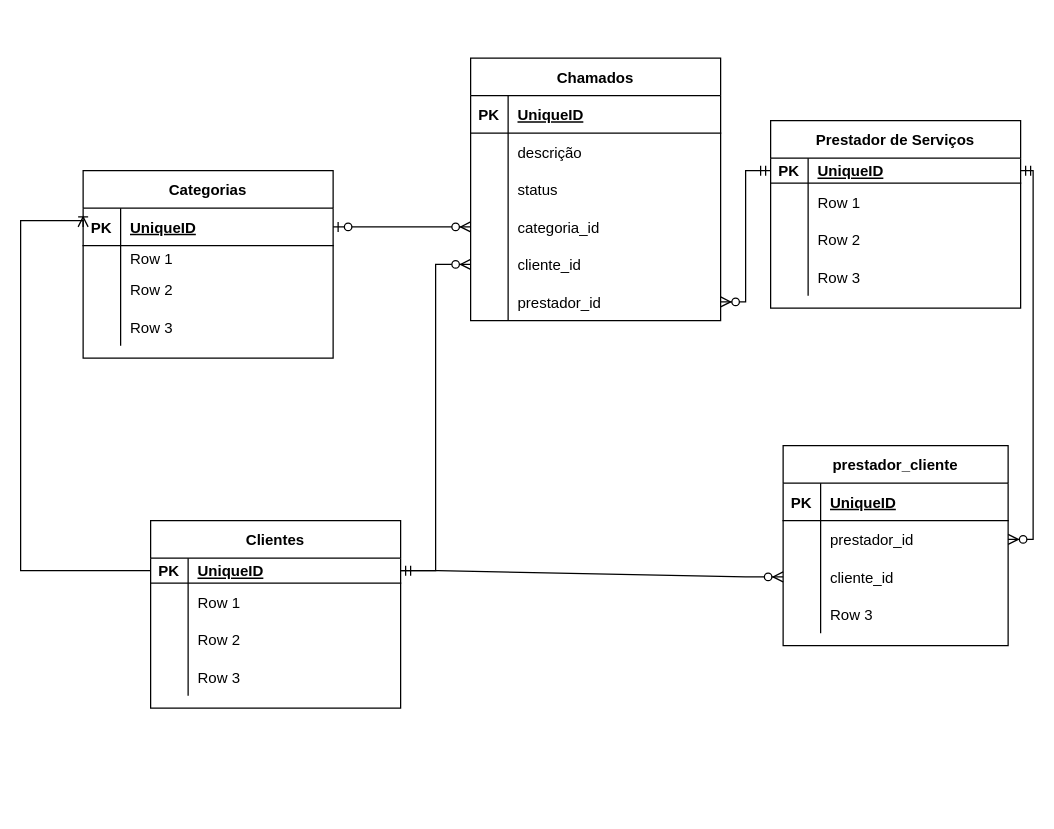
Above: Capstone-Q3.drawio in flaviosantospqri/CallUp_API (draw.io), before the change. Source tidied: cells renumbered, new cells numbered last; positions are measured from the earlier drawing's top-left corner, leaving out a move shared by most shapes. Both pictures are drawn from the tidied source at 125%, with x=0, y=0 at pixel (20, 58).
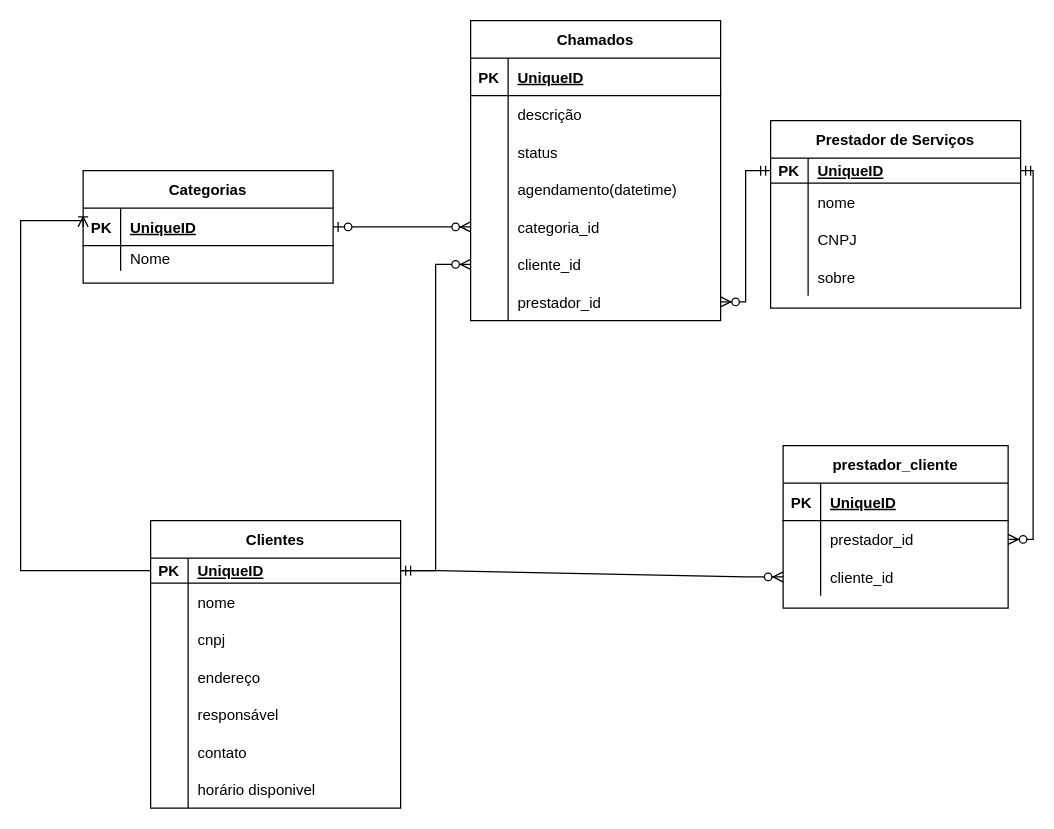
The same diagram, later.

The change refers to these unchanged cells:
```xml
<mxCell id="25" style="shape=tableRow;horizontal=0;startSize=0;swimlaneHead=0;swimlaneBody=0;fillColor=none;top=0;left=0;right=0;bottom=0;" parent="21" vertex="1">
  <mxGeometry y="50" width="200" height="30" as="geometry" />
</mxCell>
<mxCell id="28" style="shape=tableRow;horizontal=0;startSize=0;swimlaneHead=0;swimlaneBody=0;fillColor=none;top=0;left=0;right=0;bottom=0;" parent="21" vertex="1">
  <mxGeometry y="80" width="200" height="30" as="geometry" />
</mxCell>
<mxCell id="31" style="shape=tableRow;horizontal=0;startSize=0;swimlaneHead=0;swimlaneBody=0;fillColor=none;top=0;left=0;right=0;bottom=0;" parent="21" vertex="1">
  <mxGeometry y="110" width="200" height="30" as="geometry" />
</mxCell>
<mxCell id="38" style="shape=tableRow;horizontal=0;startSize=0;swimlaneHead=0;swimlaneBody=0;fillColor=none;top=0;left=0;right=0;bottom=0;" parent="34" vertex="1">
  <mxGeometry y="60" width="200" height="20" as="geometry" />
</mxCell>
<mxCell id="51" style="shape=tableRow;horizontal=0;startSize=0;swimlaneHead=0;swimlaneBody=0;fillColor=none;top=0;left=0;right=0;bottom=0;" parent="47" vertex="1">
  <mxGeometry y="50" width="200" height="30" as="geometry" />
</mxCell>
<mxCell id="54" style="shape=tableRow;horizontal=0;startSize=0;swimlaneHead=0;swimlaneBody=0;fillColor=none;top=0;left=0;right=0;bottom=0;" parent="47" vertex="1">
  <mxGeometry y="80" width="200" height="30" as="geometry" />
</mxCell>
<mxCell id="57" style="shape=tableRow;horizontal=0;startSize=0;swimlaneHead=0;swimlaneBody=0;fillColor=none;top=0;left=0;right=0;bottom=0;" parent="47" vertex="1">
  <mxGeometry y="110" width="200" height="30" as="geometry" />
</mxCell>
```

What changed in the source:
```diff
@@
     <mxCell id="2" value="Chamados" style="shape=table;startSize=30;childLayout=tableLayout;rowLines=0;fontStyle=1;align=center;" parent="1" vertex="1">
-      <mxGeometry x="360" width="200" height="210" as="geometry" />
+      <mxGeometry x="360" y="-30" width="200" height="240" as="geometry" />
     </mxCell>
@@
+    <mxCell id="79" style="shape=tableRow;horizontal=0;startSize=0;swimlaneHead=0;swimlaneBody=0;fillColor=none;top=0;left=0;right=0;bottom=0;" parent="2" vertex="1">
+      <mxGeometry y="120" width="200" height="30" as="geometry" />
+    </mxCell>
+    <mxCell id="80" style="shape=partialRectangle;fillColor=none;top=0;left=0;bottom=0;right=0;overflow=hidden;" parent="79" vertex="1">
+      <mxGeometry width="30" height="30" as="geometry" />
+    </mxCell>
+    <mxCell id="81" value="agendamento(datetime)" style="shape=partialRectangle;fillColor=none;top=0;left=0;bottom=0;right=0;align=left;spacingLeft=6;overflow=hidden;" parent="79" vertex="1">
+      <mxGeometry x="30" width="170" height="30" as="geometry" />
+    </mxCell>
     <mxCell id="12" style="shape=tableRow;horizontal=0;startSize=0;swimlaneHead=0;swimlaneBody=0;fillColor=none;points=[[0,0.5],[1,0.5]];portConstraint=eastwest;top=0;left=0;right=0;bottom=0;" parent="2" vertex="1">
-      <mxGeometry y="120" width="200" height="30" as="geometry" />
+      <mxGeometry y="150" width="200" height="30" as="geometry" />
     </mxCell>
@@
     <mxCell id="15" style="shape=tableRow;horizontal=0;startSize=0;swimlaneHead=0;swimlaneBody=0;fillColor=none;points=[[0,0.5],[1,0.5]];portConstraint=eastwest;top=0;left=0;right=0;bottom=0;" parent="2" vertex="1">
-      <mxGeometry y="150" width="200" height="30" as="geometry" />
+      <mxGeometry y="180" width="200" height="30" as="geometry" />
     </mxCell>
@@
     <mxCell id="18" style="shape=tableRow;horizontal=0;startSize=0;swimlaneHead=0;swimlaneBody=0;fillColor=none;points=[[0,0.5],[1,0.5]];portConstraint=eastwest;top=0;left=0;right=0;bottom=0;" parent="2" vertex="1">
-      <mxGeometry y="180" width="200" height="30" as="geometry" />
+      <mxGeometry y="210" width="200" height="30" as="geometry" />
     </mxCell>
@@
     <mxCell id="21" value="Clientes" style="shape=table;startSize=30;childLayout=tableLayout;rowLines=0;fontStyle=1;align=center;" parent="1" vertex="1">
-      <mxGeometry x="104" y="370" width="200" height="150" as="geometry" />
+      <mxGeometry x="104" y="370" width="200" height="230" as="geometry" />
     </mxCell>
@@
-    <mxCell id="27" value="Row 1" style="shape=partialRectangle;fillColor=none;top=0;left=0;bottom=0;right=0;align=left;spacingLeft=6;overflow=hidden;" parent="25" vertex="1">
+    <mxCell id="27" value="nome" style="shape=partialRectangle;fillColor=none;top=0;left=0;bottom=0;right=0;align=left;spacingLeft=6;overflow=hidden;" parent="25" vertex="1">
       <mxGeometry x="30" width="170" height="30" as="geometry" />
     </mxCell>
@@
-    <mxCell id="30" value="Row 2" style="shape=partialRectangle;fillColor=none;top=0;left=0;bottom=0;right=0;align=left;spacingLeft=6;overflow=hidden;" parent="28" vertex="1">
+    <mxCell id="30" value="cnpj" style="shape=partialRectangle;fillColor=none;top=0;left=0;bottom=0;right=0;align=left;spacingLeft=6;overflow=hidden;" parent="28" vertex="1">
       <mxGeometry x="30" width="170" height="30" as="geometry" />
     </mxCell>
@@
-    <mxCell id="33" value="Row 3" style="shape=partialRectangle;fillColor=none;top=0;left=0;bottom=0;right=0;align=left;spacingLeft=6;overflow=hidden;" parent="31" vertex="1">
+    <mxCell id="33" value="endereço" style="shape=partialRectangle;fillColor=none;top=0;left=0;bottom=0;right=0;align=left;spacingLeft=6;overflow=hidden;" parent="31" vertex="1">
       <mxGeometry x="30" width="170" height="30" as="geometry" />
     </mxCell>
+    <mxCell id="82" style="shape=tableRow;horizontal=0;startSize=0;swimlaneHead=0;swimlaneBody=0;fillColor=none;top=0;left=0;right=0;bottom=0;" parent="21" vertex="1">
+      <mxGeometry y="140" width="200" height="30" as="geometry" />
+    </mxCell>
+    <mxCell id="83" style="shape=partialRectangle;fillColor=none;top=0;left=0;bottom=0;right=0;overflow=hidden;" parent="82" vertex="1">
+      <mxGeometry width="30" height="30" as="geometry" />
+    </mxCell>
+    <mxCell id="84" value="responsável" style="shape=partialRectangle;fillColor=none;top=0;left=0;bottom=0;right=0;align=left;spacingLeft=6;overflow=hidden;" parent="82" vertex="1">
+      <mxGeometry x="30" width="170" height="30" as="geometry" />
+    </mxCell>
+    <mxCell id="85" style="shape=tableRow;horizontal=0;startSize=0;swimlaneHead=0;swimlaneBody=0;fillColor=none;top=0;left=0;right=0;bottom=0;" parent="21" vertex="1">
+      <mxGeometry y="170" width="200" height="30" as="geometry" />
+    </mxCell>
+    <mxCell id="86" style="shape=partialRectangle;fillColor=none;top=0;left=0;bottom=0;right=0;overflow=hidden;" parent="85" vertex="1">
+      <mxGeometry width="30" height="30" as="geometry" />
+    </mxCell>
+    <mxCell id="87" value="contato" style="shape=partialRectangle;fillColor=none;top=0;left=0;bottom=0;right=0;align=left;spacingLeft=6;overflow=hidden;" parent="85" vertex="1">
+      <mxGeometry x="30" width="170" height="30" as="geometry" />
+    </mxCell>
+    <mxCell id="88" style="shape=tableRow;horizontal=0;startSize=0;swimlaneHead=0;swimlaneBody=0;fillColor=none;top=0;left=0;right=0;bottom=0;" parent="21" vertex="1">
+      <mxGeometry y="200" width="200" height="30" as="geometry" />
+    </mxCell>
+    <mxCell id="89" style="shape=partialRectangle;fillColor=none;top=0;left=0;bottom=0;right=0;overflow=hidden;" parent="88" vertex="1">
+      <mxGeometry width="30" height="30" as="geometry" />
+    </mxCell>
+    <mxCell id="90" value="horário disponivel" style="shape=partialRectangle;fillColor=none;top=0;left=0;bottom=0;right=0;align=left;spacingLeft=6;overflow=hidden;" parent="88" vertex="1">
+      <mxGeometry x="30" width="170" height="30" as="geometry" />
+    </mxCell>
     <mxCell id="34" value="Categorias" style="shape=table;startSize=30;childLayout=tableLayout;rowLines=0;fontStyle=1;align=center;" parent="1" vertex="1">
-      <mxGeometry x="50" y="90" width="200" height="150" as="geometry" />
+      <mxGeometry x="50" y="90" width="200" height="90" as="geometry" />
     </mxCell>
@@
-    <mxCell id="40" value="Row 1" style="shape=partialRectangle;fillColor=none;top=0;left=0;bottom=0;right=0;align=left;spacingLeft=6;overflow=hidden;" parent="38" vertex="1">
+    <mxCell id="40" value="Nome" style="shape=partialRectangle;fillColor=none;top=0;left=0;bottom=0;right=0;align=left;spacingLeft=6;overflow=hidden;" parent="38" vertex="1">
       <mxGeometry x="30" width="170" height="20" as="geometry" />
     </mxCell>
-    <mxCell id="41" style="shape=tableRow;horizontal=0;startSize=0;swimlaneHead=0;swimlaneBody=0;fillColor=none;top=0;left=0;right=0;bottom=0;" parent="34" vertex="1">
-      <mxGeometry y="80" width="200" height="30" as="geometry" />
-    </mxCell>
-    <mxCell id="42" style="shape=partialRectangle;fillColor=none;top=0;left=0;bottom=0;right=0;overflow=hidden;" parent="41" vertex="1">
-      <mxGeometry width="30" height="30" as="geometry" />
-    </mxCell>
-    <mxCell id="43" value="Row 2" style="shape=partialRectangle;fillColor=none;top=0;left=0;bottom=0;right=0;align=left;spacingLeft=6;overflow=hidden;" parent="41" vertex="1">
-      <mxGeometry x="30" width="170" height="30" as="geometry" />
-    </mxCell>
-    <mxCell id="44" style="shape=tableRow;horizontal=0;startSize=0;swimlaneHead=0;swimlaneBody=0;fillColor=none;top=0;left=0;right=0;bottom=0;" parent="34" vertex="1">
-      <mxGeometry y="110" width="200" height="30" as="geometry" />
-    </mxCell>
-    <mxCell id="45" style="shape=partialRectangle;fillColor=none;top=0;left=0;bottom=0;right=0;overflow=hidden;" parent="44" vertex="1">
-      <mxGeometry width="30" height="30" as="geometry" />
-    </mxCell>
-    <mxCell id="46" value="Row 3" style="shape=partialRectangle;fillColor=none;top=0;left=0;bottom=0;right=0;align=left;spacingLeft=6;overflow=hidden;" parent="44" vertex="1">
-      <mxGeometry x="30" width="170" height="30" as="geometry" />
-    </mxCell>
@@
-    <mxCell id="53" value="Row 1" style="shape=partialRectangle;fillColor=none;top=0;left=0;bottom=0;right=0;align=left;spacingLeft=6;overflow=hidden;" parent="51" vertex="1">
+    <mxCell id="53" value="nome" style="shape=partialRectangle;fillColor=none;top=0;left=0;bottom=0;right=0;align=left;spacingLeft=6;overflow=hidden;" parent="51" vertex="1">
       <mxGeometry x="30" width="170" height="30" as="geometry" />
     </mxCell>
@@
-    <mxCell id="56" value="Row 2" style="shape=partialRectangle;fillColor=none;top=0;left=0;bottom=0;right=0;align=left;spacingLeft=6;overflow=hidden;" parent="54" vertex="1">
+    <mxCell id="56" value="CNPJ" style="shape=partialRectangle;fillColor=none;top=0;left=0;bottom=0;right=0;align=left;spacingLeft=6;overflow=hidden;" parent="54" vertex="1">
       <mxGeometry x="30" width="170" height="30" as="geometry" />
     </mxCell>
@@
-    <mxCell id="59" value="Row 3" style="shape=partialRectangle;fillColor=none;top=0;left=0;bottom=0;right=0;align=left;spacingLeft=6;overflow=hidden;" parent="57" vertex="1">
+    <mxCell id="59" value="sobre" style="shape=partialRectangle;fillColor=none;top=0;left=0;bottom=0;right=0;align=left;spacingLeft=6;overflow=hidden;" parent="57" vertex="1">
       <mxGeometry x="30" width="170" height="30" as="geometry" />
     </mxCell>
@@
     <mxCell id="64" value="prestador_cliente" style="shape=table;startSize=30;childLayout=tableLayout;rowLines=0;fontStyle=1;align=center;" parent="1" vertex="1">
-      <mxGeometry x="610" y="310" width="180" height="160" as="geometry" />
+      <mxGeometry x="610" y="310" width="180" height="130" as="geometry" />
     </mxCell>
@@
-    <mxCell id="74" style="shape=tableRow;horizontal=0;startSize=0;swimlaneHead=0;swimlaneBody=0;fillColor=none;top=0;left=0;right=0;bottom=0;" parent="64" vertex="1">
-      <mxGeometry y="120" width="180" height="30" as="geometry" />
-    </mxCell>
-    <mxCell id="75" style="shape=partialRectangle;fillColor=none;top=0;left=0;bottom=0;right=0;overflow=hidden;" parent="74" vertex="1">
-      <mxGeometry width="30" height="30" as="geometry" />
-    </mxCell>
-    <mxCell id="76" value="Row 3" style="shape=partialRectangle;fillColor=none;top=0;left=0;bottom=0;right=0;align=left;spacingLeft=6;overflow=hidden;" parent="74" vertex="1">
-      <mxGeometry x="30" width="150" height="30" as="geometry" />
-    </mxCell>
```
